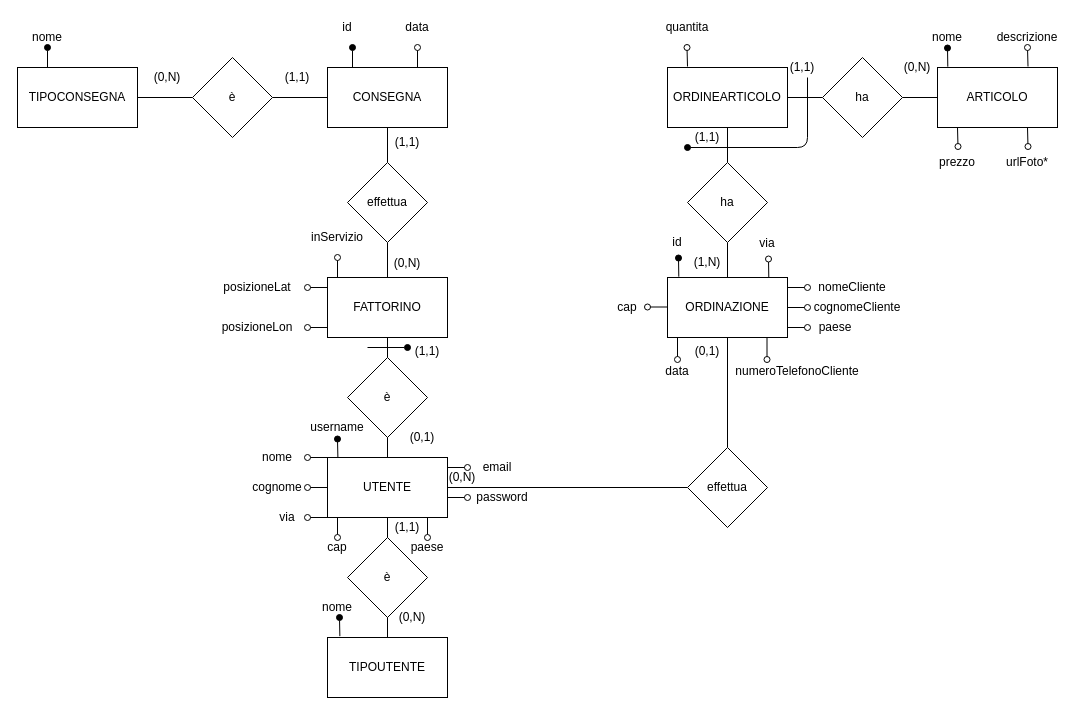
This is media/DB/ER_DB_PizzaDelivery.drawio from JariNaeser/PizzaDelivery, a draw.io file, before an edit. Source tidied: cells renumbered, new cells numbered last; positions are measured from the earlier drawing's top-left corner, leaving out a move shared by most shapes. Both pictures are drawn from the tidied source at 100%, with x=0, y=0 at pixel (17, 17).
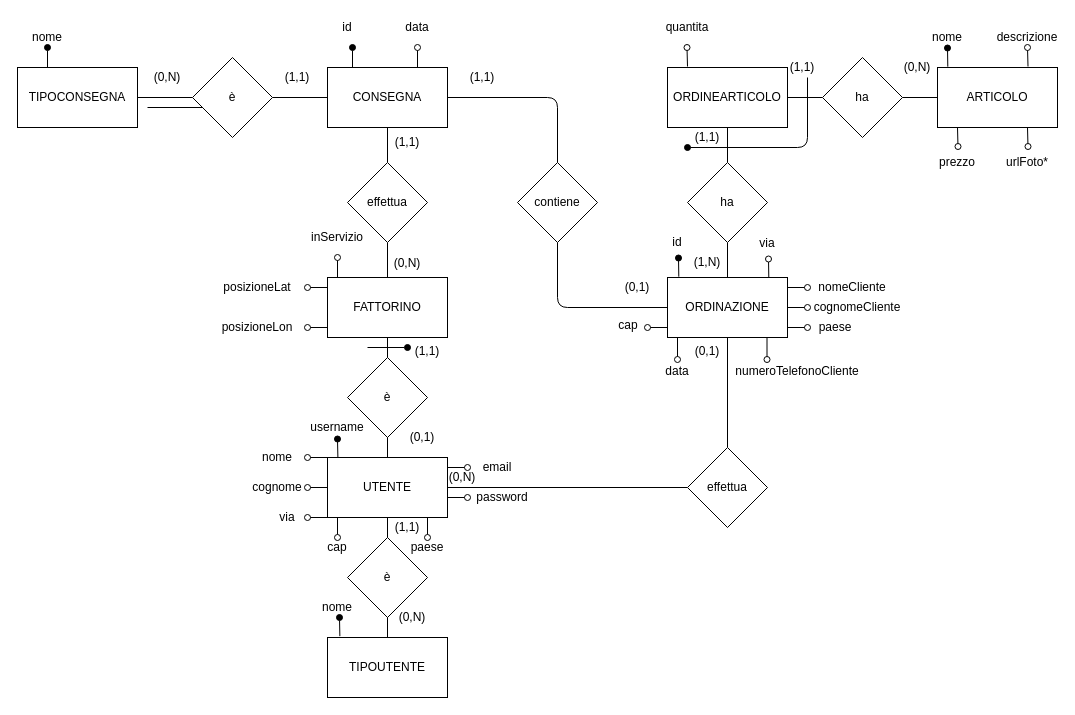
The same diagram, later.

Unchanged cells that the change refers to:
```xml
<mxCell id="10" value="CONSEGNA" style="rounded=0;whiteSpace=wrap;html=1;" parent="1" vertex="1">
  <mxGeometry x="310" y="50" width="120" height="60" as="geometry" />
</mxCell>
<mxCell id="15" value="ORDINAZIONE" style="rounded=0;whiteSpace=wrap;html=1;" parent="1" vertex="1">
  <mxGeometry x="650" y="260" width="120" height="60" as="geometry" />
</mxCell>
```

Diff of the diagram source:
```diff
@@
     <mxCell id="70" style="endArrow=oval;html=1;startArrow=none;startFill=0;entryX=1;entryY=0.5;entryDx=0;entryDy=0;endFill=0;" parent="1" edge="1">
       <mxGeometry relative="1" as="geometry">
-        <mxPoint x="650" y="289.5" as="sourcePoint" />
-        <mxPoint x="630" y="289.5" as="targetPoint" />
+        <mxPoint x="650" y="310" as="sourcePoint" />
+        <mxPoint x="630" y="310" as="targetPoint" />
       </mxGeometry>
     </mxCell>
     <mxCell id="71" value="cap" style="text;html=1;strokeColor=none;fillColor=none;align=center;verticalAlign=middle;whiteSpace=wrap;rounded=0;" parent="1" vertex="1">
-      <mxGeometry x="590" y="280" width="40" height="20" as="geometry" />
+      <mxGeometry x="590.5" y="298" width="40" height="20" as="geometry" />
     </mxCell>
@@
+    <mxCell id="103" value="contiene" style="rhombus;whiteSpace=wrap;html=1;" parent="1" vertex="1">
+      <mxGeometry x="500" y="145" width="80" height="80" as="geometry" />
+    </mxCell>
+    <mxCell id="104" style="edgeStyle=orthogonalEdgeStyle;rounded=0;orthogonalLoop=1;jettySize=auto;html=1;endArrow=none;endFill=0;" parent="1" edge="1">
+      <mxGeometry relative="1" as="geometry">
+        <mxPoint x="130" y="90" as="sourcePoint" />
+        <mxPoint x="185" y="90" as="targetPoint" />
+      </mxGeometry>
+    </mxCell>
+    <mxCell id="105" style="endArrow=none;html=1;entryX=0.5;entryY=0;entryDx=0;entryDy=0;exitX=1;exitY=0.5;exitDx=0;exitDy=0;" parent="1" edge="1" source="10" target="103">
+      <mxGeometry relative="1" as="geometry">
+        <Array as="points">
+          <mxPoint x="540" y="80" />
+        </Array>
+      </mxGeometry>
+    </mxCell>
+    <mxCell id="106" style="endArrow=none;html=1;entryX=0;entryY=0.5;entryDx=0;entryDy=0;exitX=0.5;exitY=1;exitDx=0;exitDy=0;" parent="1" edge="1" source="103" target="15">
+      <mxGeometry relative="1" as="geometry">
+        <Array as="points">
+          <mxPoint x="540" y="290" />
+        </Array>
+      </mxGeometry>
+    </mxCell>
+    <mxCell id="107" value="(1,1)" style="text;html=1;strokeColor=none;fillColor=none;align=center;verticalAlign=middle;whiteSpace=wrap;rounded=0;" parent="1" vertex="1">
+      <mxGeometry x="444.5" y="50" width="40" height="20" as="geometry" />
+    </mxCell>
+    <mxCell id="108" value="(0,1)" style="text;html=1;strokeColor=none;fillColor=none;align=center;verticalAlign=middle;whiteSpace=wrap;rounded=0;" parent="1" vertex="1">
+      <mxGeometry x="600" y="260" width="40" height="20" as="geometry" />
+    </mxCell>
```
